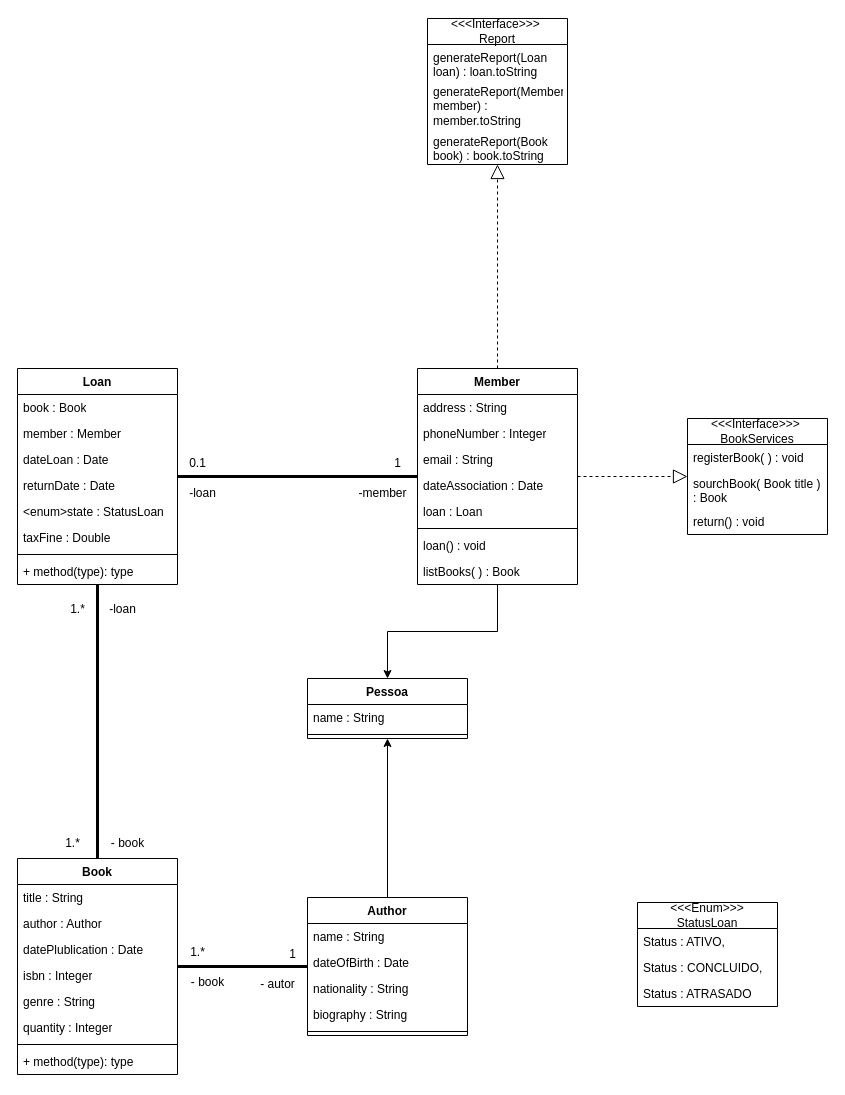
Above: LibraryDiagram.drawio in Eduardo-Decarli/SP_SpringBoot_AWS_Desafio_01 (draw.io), before the change. Source tidied: cells renumbered, new cells numbered last; positions are measured from the earlier drawing's top-left corner, leaving out a move shared by most shapes. Both pictures are drawn from the tidied source at 100%, with x=0, y=0 at pixel (17, 18).
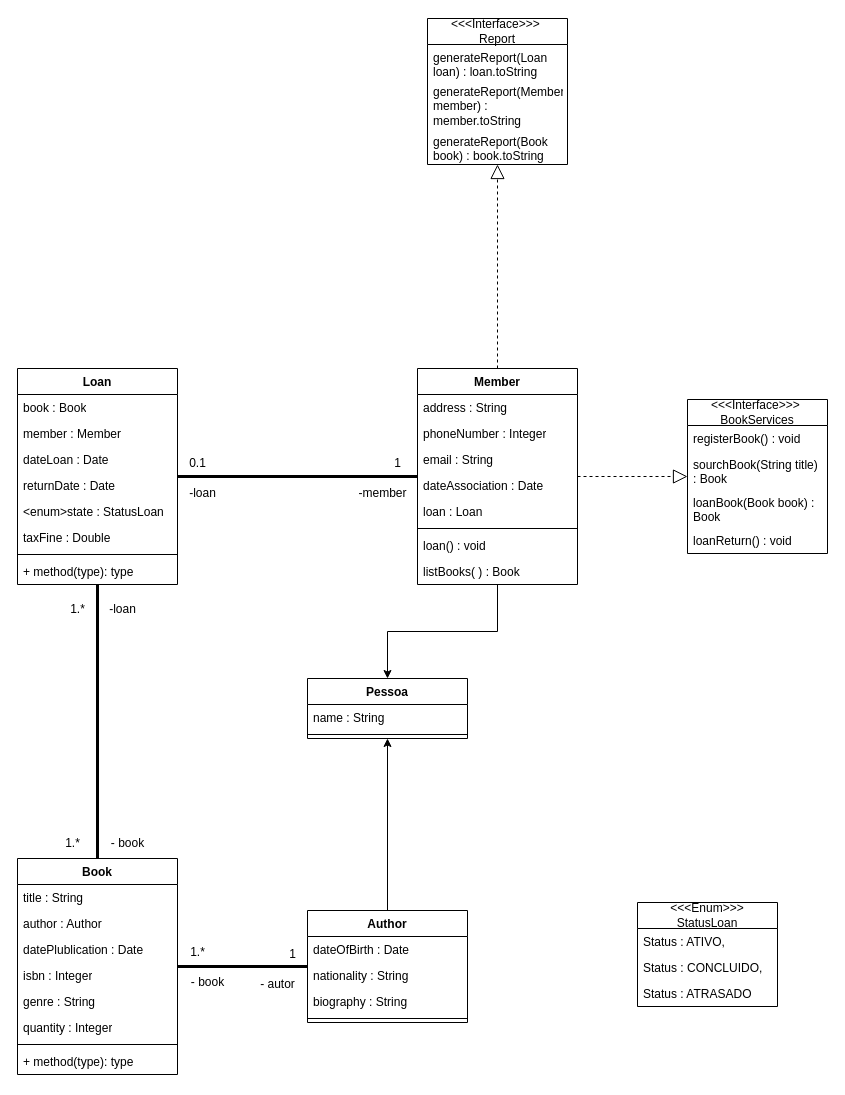
Above is the later version.

Diff of the diagram source:
```diff
@@
     <mxCell id="12" value="Author" style="swimlane;fontStyle=1;align=center;verticalAlign=top;horizontal=1;startSize=26;whiteSpace=wrap;html=1;" parent="1" vertex="1">
-      <mxGeometry x="290" y="879" width="160" height="138" as="geometry" />
+      <mxGeometry x="290" y="892" width="160" height="112" as="geometry" />
     </mxCell>
-    <mxCell id="13" value="name : String" style="text;strokeColor=none;fillColor=none;align=left;verticalAlign=top;spacingLeft=4;spacingRight=4;overflow=hidden;whiteSpace=wrap;html=1;" parent="12" vertex="1">
-      <mxGeometry y="26" width="160" height="26" as="geometry" />
-    </mxCell>
     <mxCell id="14" value="dateOfBirth : Date" style="text;strokeColor=none;fillColor=none;align=left;verticalAlign=top;spacingLeft=4;spacingRight=4;overflow=hidden;whiteSpace=wrap;html=1;" parent="12" vertex="1">
-      <mxGeometry y="52" width="160" height="26" as="geometry" />
+      <mxGeometry y="26" width="160" height="26" as="geometry" />
     </mxCell>
     <mxCell id="15" value="nationality : String" style="text;strokeColor=none;fillColor=none;align=left;verticalAlign=top;spacingLeft=4;spacingRight=4;overflow=hidden;whiteSpace=wrap;html=1;" parent="12" vertex="1">
-      <mxGeometry y="78" width="160" height="26" as="geometry" />
+      <mxGeometry y="52" width="160" height="26" as="geometry" />
     </mxCell>
     <mxCell id="16" value="biography : String" style="text;strokeColor=none;fillColor=none;align=left;verticalAlign=top;spacingLeft=4;spacingRight=4;overflow=hidden;whiteSpace=wrap;html=1;" parent="12" vertex="1">
-      <mxGeometry y="104" width="160" height="26" as="geometry" />
+      <mxGeometry y="78" width="160" height="26" as="geometry" />
     </mxCell>
     <mxCell id="17" style="line;strokeWidth=1;fillColor=none;align=left;verticalAlign=middle;spacingTop=-1;spacingLeft=3;spacingRight=3;labelPosition=right;strokeColor=inherit;" parent="12" vertex="1">
-      <mxGeometry y="130" width="160" height="8" as="geometry" />
+      <mxGeometry y="104" width="160" height="8" as="geometry" />
     </mxCell>
@@
     <mxCell id="52" value="&amp;lt;&amp;lt;&amp;lt;Interface&amp;gt;&amp;gt;&amp;gt;&amp;nbsp;&lt;div&gt;BookServices&lt;/div&gt;" style="swimlane;fontStyle=0;horizontal=1;startSize=26;fillColor=none;whiteSpace=wrap;html=1;" parent="1" vertex="1">
-      <mxGeometry x="670" y="400" width="140" height="116" as="geometry" />
+      <mxGeometry x="670" y="381" width="140" height="154" as="geometry" />
     </mxCell>
-    <mxCell id="53" value="registerBook( ) : void" style="text;strokeColor=none;fillColor=none;align=left;verticalAlign=top;spacingLeft=4;spacingRight=4;overflow=hidden;whiteSpace=wrap;html=1;" parent="52" vertex="1">
+    <mxCell id="53" value="registerBook() : void" style="text;strokeColor=none;fillColor=none;align=left;verticalAlign=top;spacingLeft=4;spacingRight=4;overflow=hidden;whiteSpace=wrap;html=1;" parent="52" vertex="1">
       <mxGeometry y="26" width="140" height="26" as="geometry" />
     </mxCell>
-    <mxCell id="54" value="sourchBook( Book title ) : Book&amp;nbsp;" style="text;strokeColor=none;fillColor=none;align=left;verticalAlign=top;spacingLeft=4;spacingRight=4;overflow=hidden;whiteSpace=wrap;html=1;" parent="52" vertex="1">
+    <mxCell id="54" value="sourchBook(String title) : Book&amp;nbsp;" style="text;strokeColor=none;fillColor=none;align=left;verticalAlign=top;spacingLeft=4;spacingRight=4;overflow=hidden;whiteSpace=wrap;html=1;" parent="52" vertex="1">
       <mxGeometry y="52" width="140" height="38" as="geometry" />
     </mxCell>
+    <mxCell id="69" value="loanBook(Book book) : Book&amp;nbsp;" style="text;strokeColor=none;fillColor=none;align=left;verticalAlign=top;spacingLeft=4;spacingRight=4;overflow=hidden;whiteSpace=wrap;html=1;" parent="52" vertex="1">
+      <mxGeometry y="90" width="140" height="38" as="geometry" />
+    </mxCell>
-    <mxCell id="55" value="return() : void" style="text;strokeColor=none;fillColor=none;align=left;verticalAlign=top;spacingLeft=4;spacingRight=4;overflow=hidden;whiteSpace=wrap;html=1;" parent="52" vertex="1">
-      <mxGeometry y="90" width="140" height="26" as="geometry" />
+    <mxCell id="55" value="loanReturn() : void" style="text;strokeColor=none;fillColor=none;align=left;verticalAlign=top;spacingLeft=4;spacingRight=4;overflow=hidden;whiteSpace=wrap;html=1;" parent="52" vertex="1">
+      <mxGeometry y="128" width="140" height="26" as="geometry" />
     </mxCell>
```
